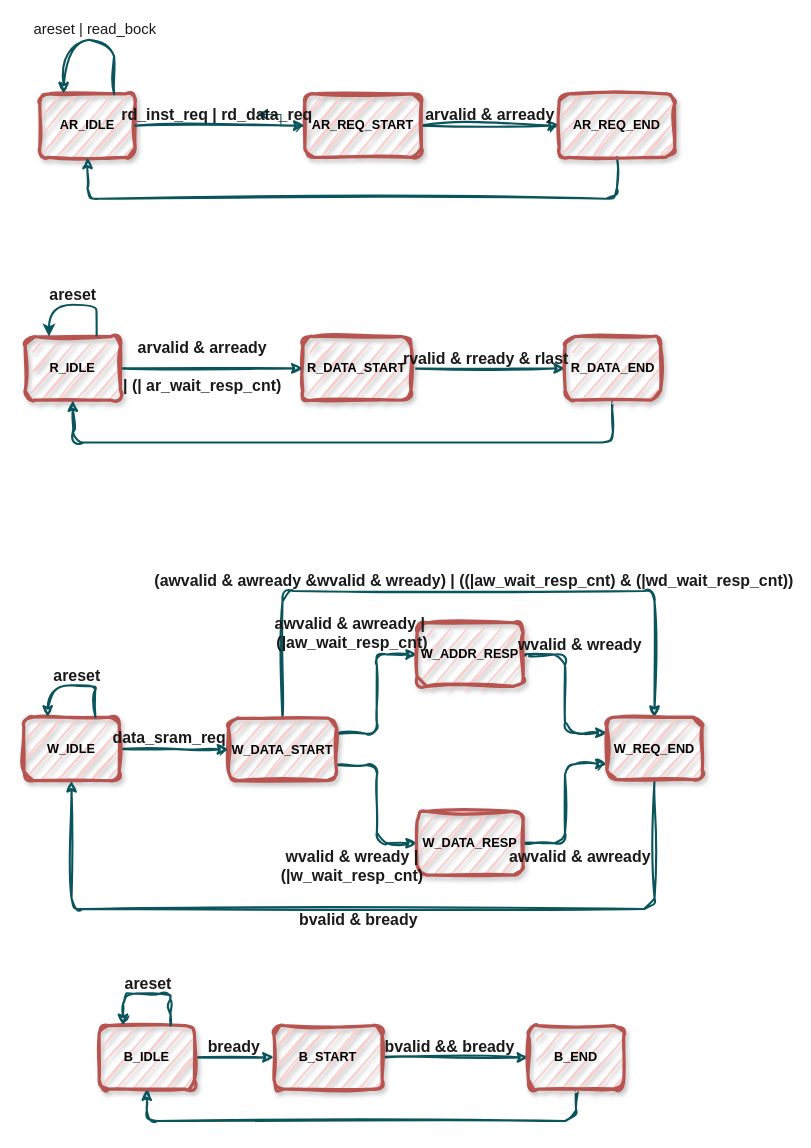
Above: 状态机.drawio in WillLin22/CALab (draw.io), before the change. Source tidied: cells renumbered, new cells numbered last; positions are measured from the earlier drawing's top-left corner, leaving out a move shared by most shapes. Both pictures are drawn from the tidied source at 106%, with x=0, y=0 at pixel (23, 18).
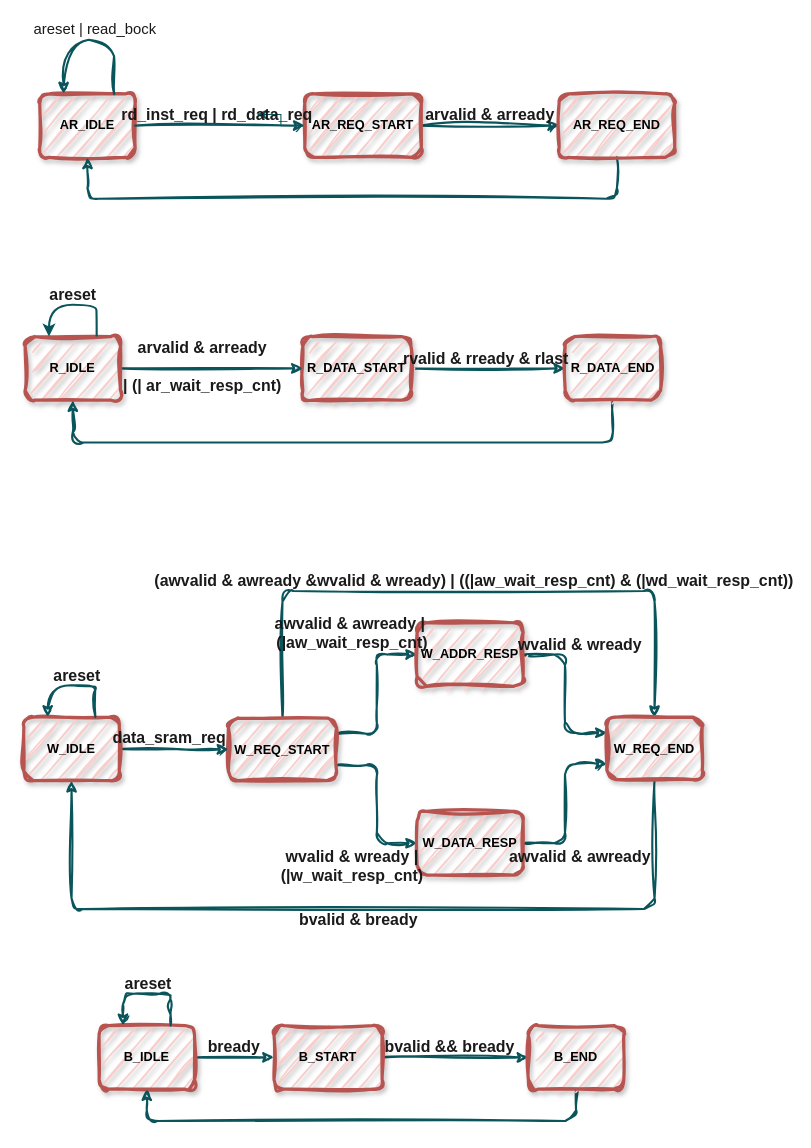
The same page after the edit.

Diff of the diagram source:
```diff
@@
-    <mxCell id="26" value="W_DATA_START" style="whiteSpace=wrap;align=center;verticalAlign=middle;fontStyle=1;strokeWidth=3;fillColor=#f8cecc;labelBackgroundColor=none;strokeColor=#b85450;sketch=1;curveFitting=1;jiggle=2;shadow=1;rounded=1;" parent="1" vertex="1">
+    <mxCell id="26" value="W_REQ_START" style="whiteSpace=wrap;align=center;verticalAlign=middle;fontStyle=1;strokeWidth=3;fillColor=#f8cecc;labelBackgroundColor=none;strokeColor=#b85450;sketch=1;curveFitting=1;jiggle=2;shadow=1;rounded=1;" parent="1" vertex="1">
       <mxGeometry x="193" y="660" width="102" height="59" as="geometry" />
     </mxCell>
```
